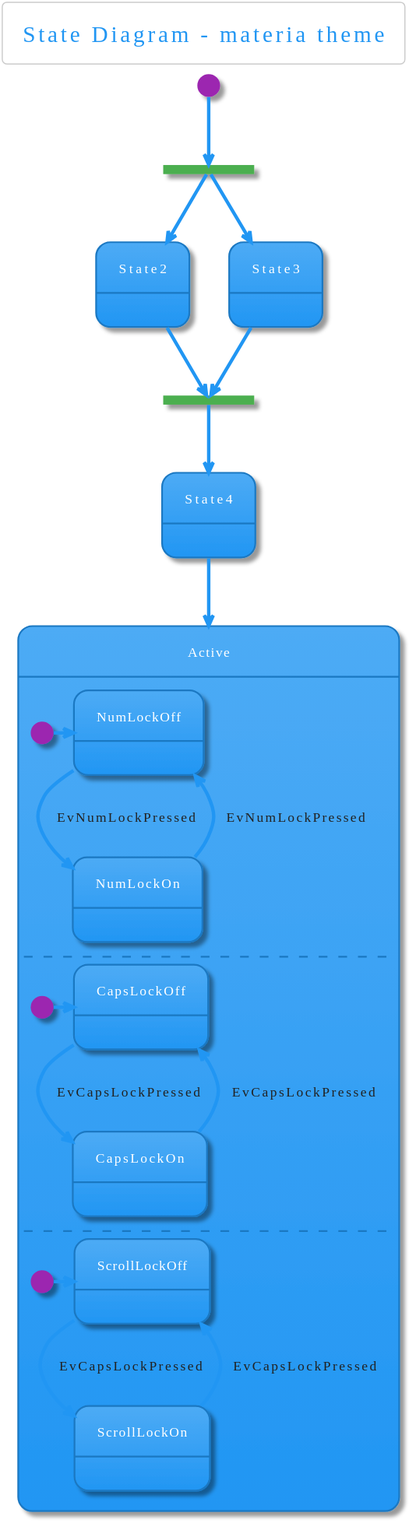
bschwarz/puml-themes keeps this PlantUML diagram as themes/materia/state-ex.svg. Above is the earlier version.
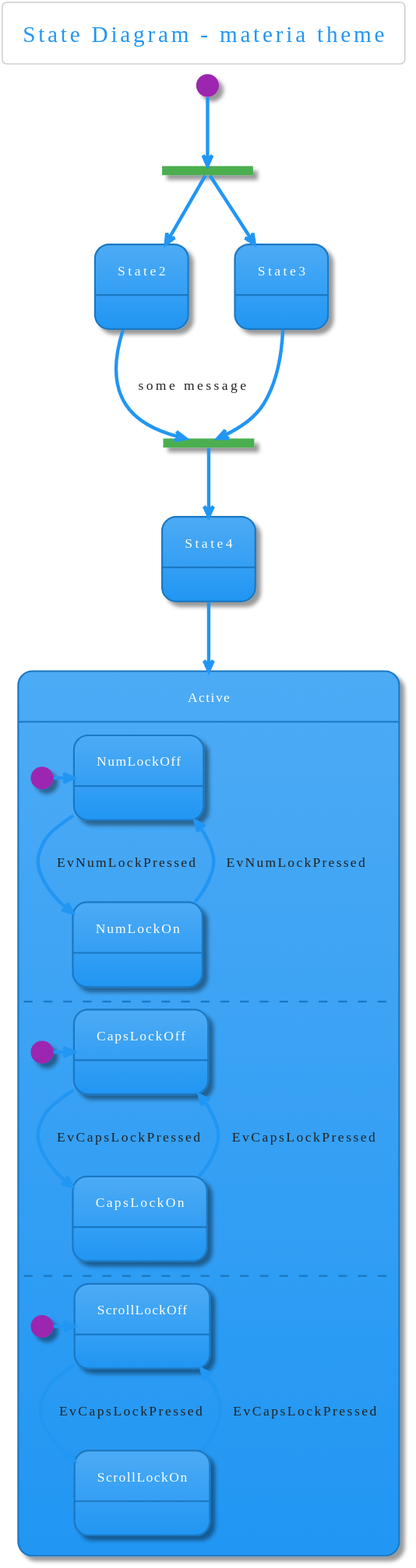
The same diagram one commit later.

The edit, as a diff of the source:
```diff
@@ -428,7 +428,7 @@
 fork_state --> State3
 
 state join_state <<join>>
-State2 --> join_state
+State2 --> join_state: some message
 State3 --> join_state
 join_state --> State4
 State4 --> Active
```
